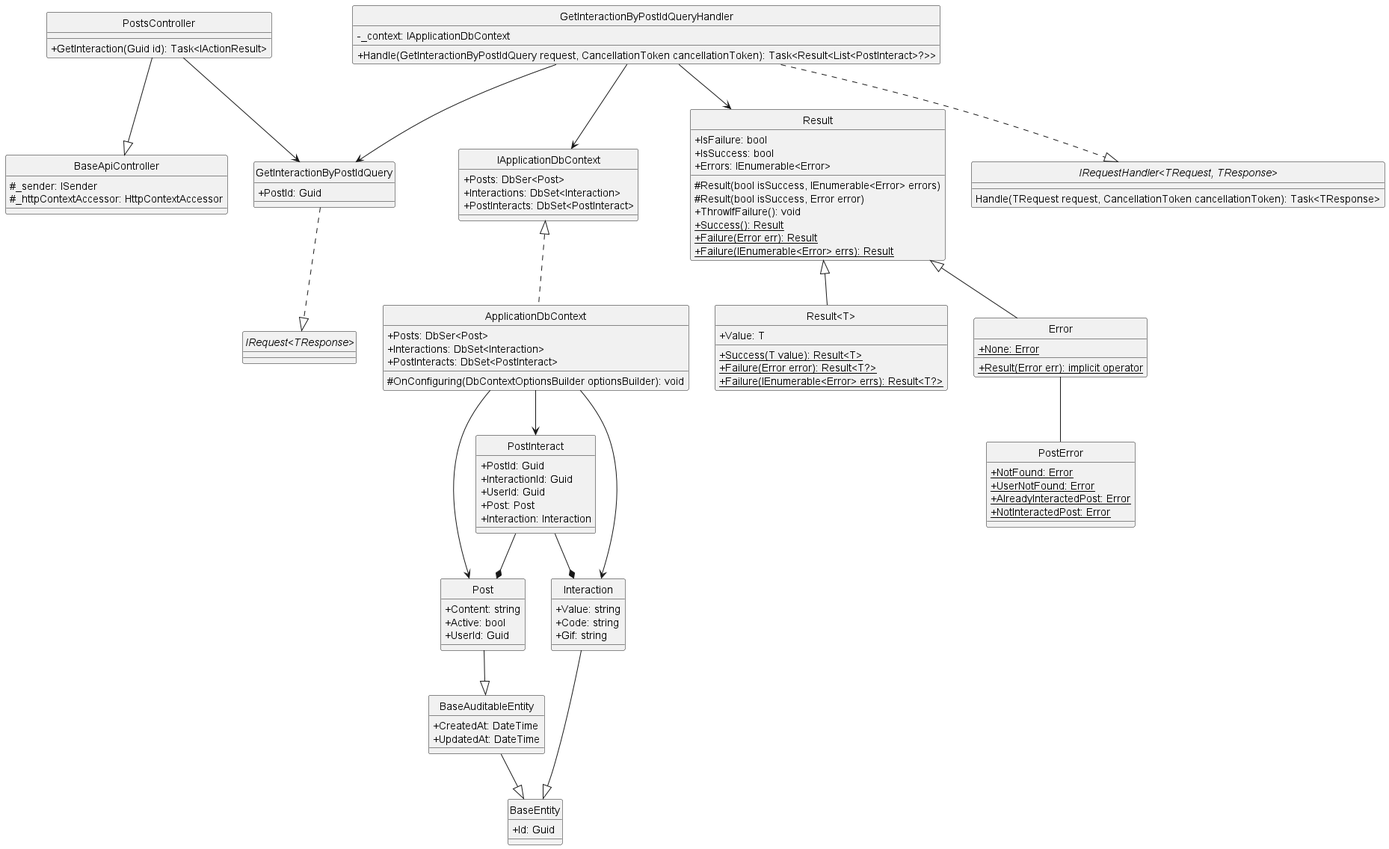
Earlier version of the PlantUML export docs/Class Diagram/Post/Post/GetPostInteraction/ClassDiagram/getPostInteraction.png (Carl-Johnsons/Chat-Application). Its diagram source:
```plantuml
@startuml getPostInteraction
hide circle
skinparam classAttributeIconSize 0

class BaseApiController {
    #_sender: ISender
    #_httpContextAccessor: HttpContextAccessor
}

class PostsController {
    +GetInteraction(Guid id): Task<IActionResult>
}

class GetInteractionByPostIdQuery {
    +PostId: Guid
}

class GetInteractionByPostIdQueryHandler {
    -_context: IApplicationDbContext
    +Handle(GetInteractionByPostIdQuery request, CancellationToken cancellationToken): Task<Result<List<PostInteract>?>>
}

class IApplicationDbContext {
    +Posts: DbSer<Post>
    +Interactions: DbSet<Interaction>
    +PostInteracts: DbSet<PostInteract>
}

class ApplicationDbContext {
    +Posts: DbSer<Post>
    +Interactions: DbSet<Interaction>
    +PostInteracts: DbSet<PostInteract>
    #OnConfiguring(DbContextOptionsBuilder optionsBuilder): void
}

class Result {
    +IsFailure: bool
    +IsSuccess: bool
    +Errors: IEnumerable<Error>
    #Result(bool isSuccess, IEnumerable<Error> errors)
    #Result(bool isSuccess, Error error)
    +ThrowIfFailure(): void
    +{static} Success(): Result
    +{static} Failure(Error err): Result
    +{static} Failure(IEnumerable<Error> errs): Result
}

class "Result<T>" {
    +Value: T
    +{static} Success(T value): Result<T>
    +{static} Failure(Error error): Result<T?>
    +{static} Failure(IEnumerable<Error> errs): Result<T?>
}

class Error {
    +{static} None: Error
    +{static} Result(Error err): implicit operator
}

class PostError {
    +{static} NotFound: Error
    +{static} UserNotFound: Error
    +{static} AlreadyInteractedPost: Error
    +{static} NotInteractedPost: Error
}

class BaseEntity {
    +Id: Guid
}

class BaseAuditableEntity{
    +CreatedAt: DateTime
    +UpdatedAt: DateTime
}

class Post {
    +Content: string
    +Active: bool
    +UserId: Guid
}

class Interaction {
    +Value: string
    +Code: string
    +Gif: string
}

class PostInteract {
    +PostId: Guid
    +InteractionId: Guid
    +UserId: Guid
    +Post: Post
    +Interaction: Interaction
}

interface "IRequest<TResponse>"
interface "IRequestHandler<TRequest, TResponse>"{
    Handle(TRequest request, CancellationToken cancellationToken): Task<TResponse>
}

PostsController --|> BaseApiController
PostsController --> GetInteractionByPostIdQuery
GetInteractionByPostIdQuery ..|> "IRequest<TResponse>"
GetInteractionByPostIdQueryHandler ..|> "IRequestHandler<TRequest, TResponse>"
GetInteractionByPostIdQueryHandler --> GetInteractionByPostIdQuery
GetInteractionByPostIdQueryHandler --> Result
GetInteractionByPostIdQueryHandler --> IApplicationDbContext
Result <|-- Error
Result <|-- "Result<T>"
Error -- PostError
Interaction --|> BaseEntity
Post --|> BaseAuditableEntity
BaseAuditableEntity --|> BaseEntity
PostInteract --* Post
PostInteract --* Interaction
IApplicationDbContext <|.. ApplicationDbContext
ApplicationDbContext --> Post
ApplicationDbContext --> Interaction
ApplicationDbContext --> PostInteract
@enduml
```
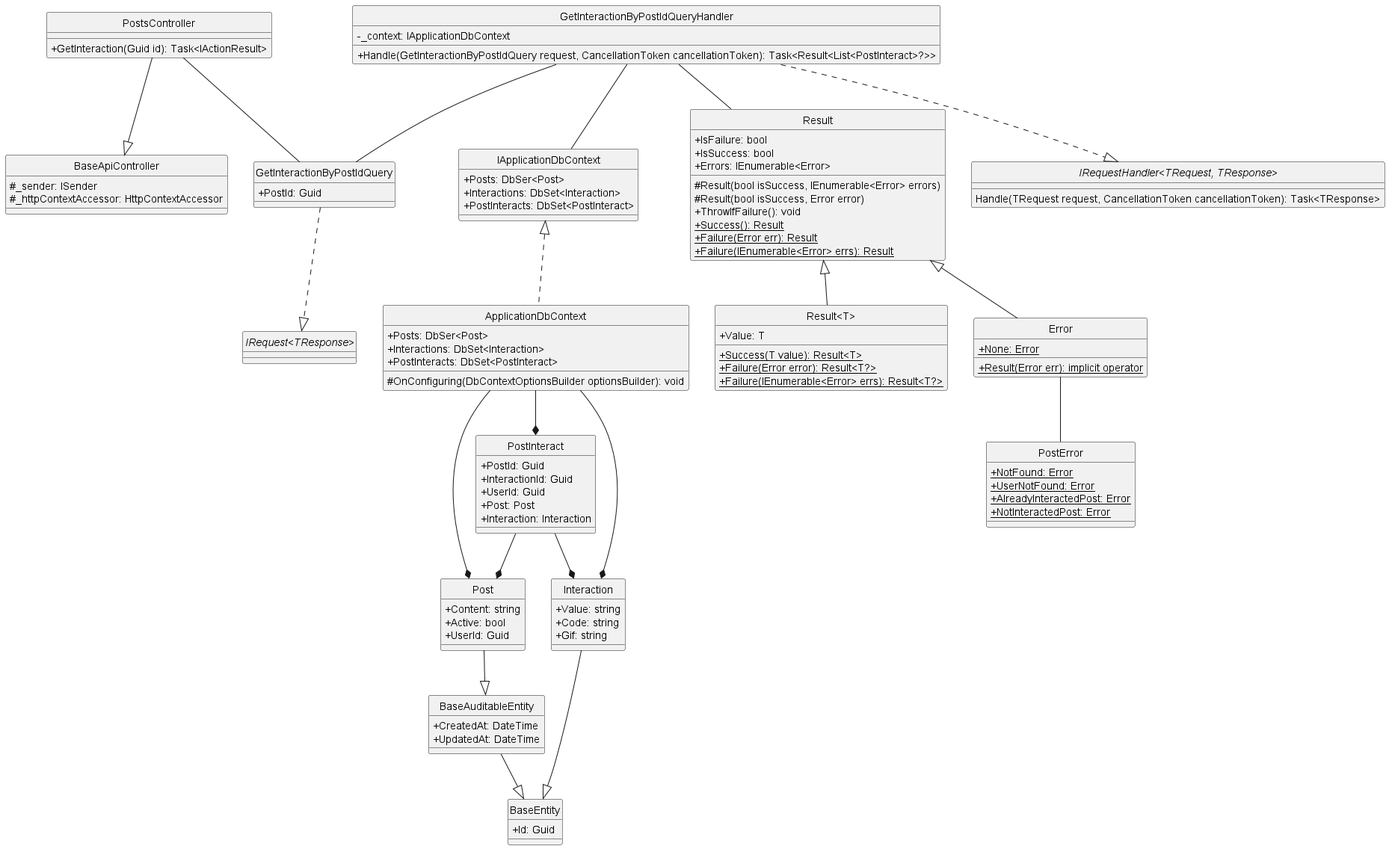
The same diagram one commit later.

What changed in the source:
```diff
@@ -99,12 +99,12 @@
 }
 
 PostsController --|> BaseApiController
-PostsController --> GetInteractionByPostIdQuery
+PostsController -- GetInteractionByPostIdQuery
 GetInteractionByPostIdQuery ..|> "IRequest<TResponse>"
 GetInteractionByPostIdQueryHandler ..|> "IRequestHandler<TRequest, TResponse>"
-GetInteractionByPostIdQueryHandler --> GetInteractionByPostIdQuery
-GetInteractionByPostIdQueryHandler --> Result
-GetInteractionByPostIdQueryHandler --> IApplicationDbContext
+GetInteractionByPostIdQueryHandler -- GetInteractionByPostIdQuery
+GetInteractionByPostIdQueryHandler -- Result
+GetInteractionByPostIdQueryHandler -- IApplicationDbContext
 Result <|-- Error
 Result <|-- "Result<T>"
 Error -- PostError
@@ -114,7 +114,7 @@
 PostInteract --* Post
 PostInteract --* Interaction
 IApplicationDbContext <|.. ApplicationDbContext
-ApplicationDbContext --> Post
-ApplicationDbContext --> Interaction
-ApplicationDbContext --> PostInteract
+ApplicationDbContext --* Post
+ApplicationDbContext --* Interaction
+ApplicationDbContext --* PostInteract
 @enduml
```
